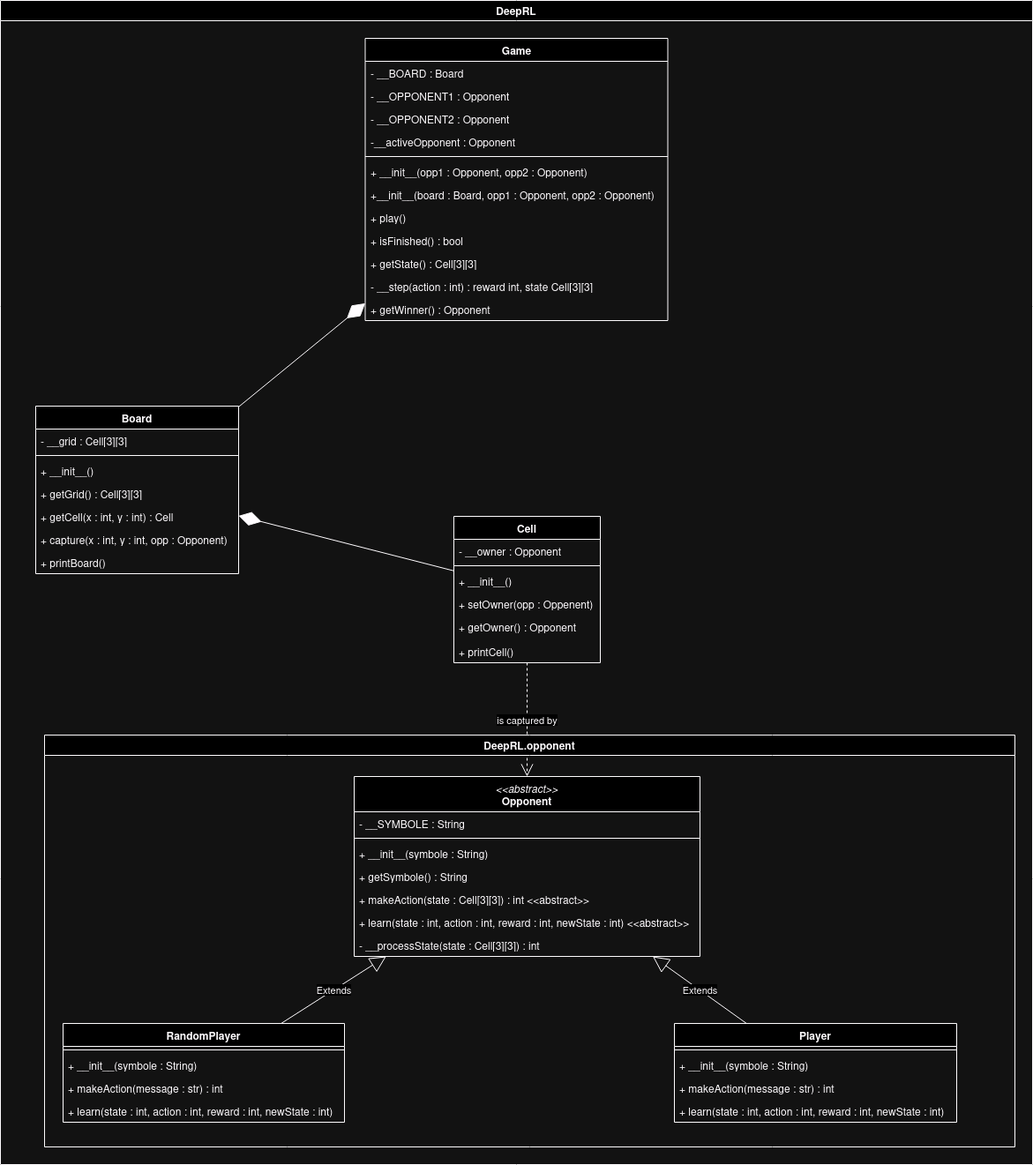
Above: uml/UML.png in Enzo-Claeyssen/Q-Learning_for_Tic_Tac_Toe (draw.io), before the change. Source tidied: cells renumbered, new cells last; positions are measured from the earlier drawing's top-left corner, leaving out a move shared by most shapes.
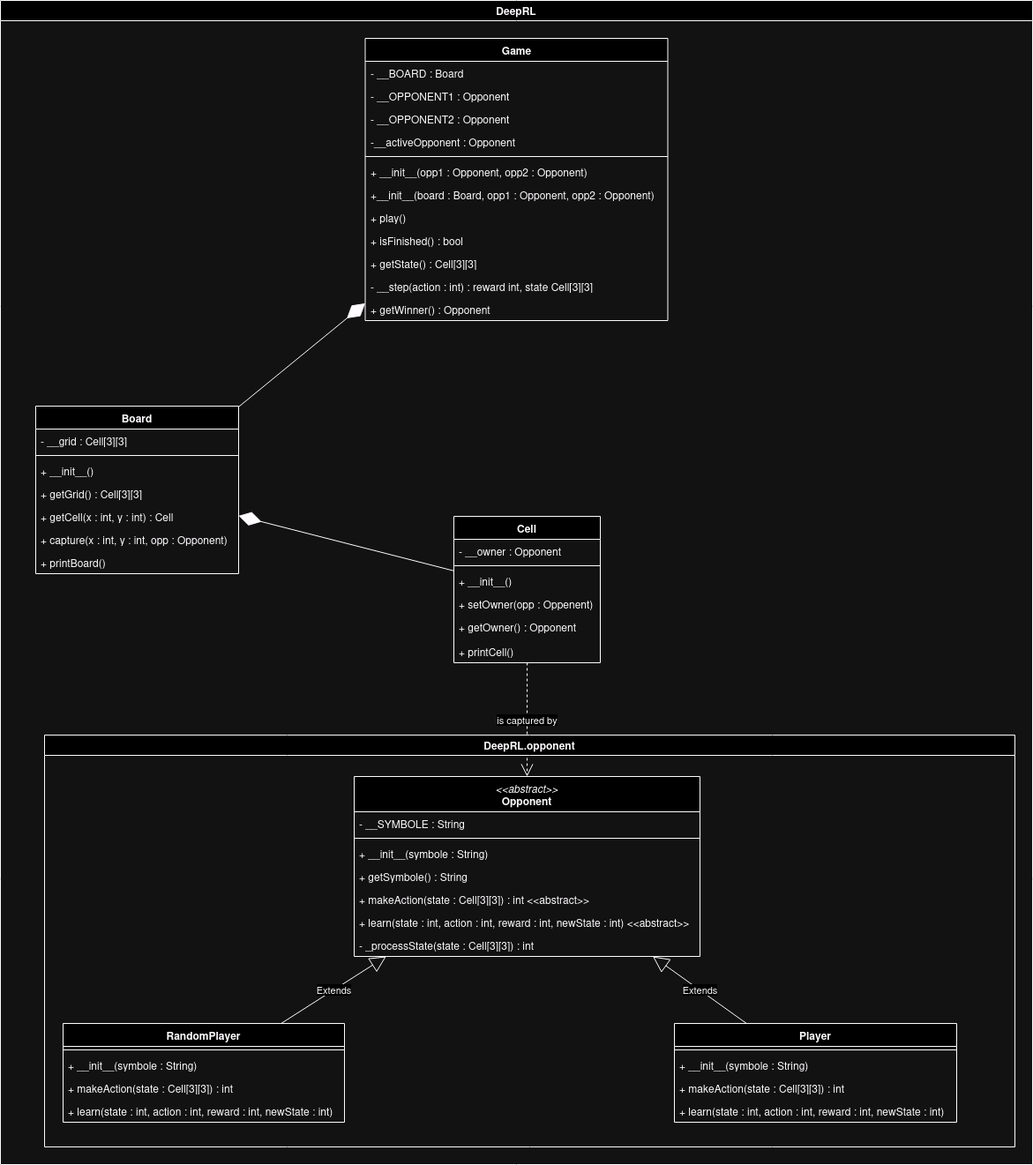
The same diagram one commit later.

The edit, as a diff of the source:
```diff
@@ -110,7 +110,7 @@
     <mxCell id="37" value="+ __init__(symbole : String)" style="text;strokeColor=none;fillColor=none;align=left;verticalAlign=top;spacingLeft=4;spacingRight=4;overflow=hidden;whiteSpace=wrap;html=1;" parent="35" vertex="1">
       <mxGeometry y="34" width="319" height="26" as="geometry" />
     </mxCell>
-    <mxCell id="38" value="+ makeAction(message : str) : int" style="text;strokeColor=none;fillColor=none;align=left;verticalAlign=top;spacingLeft=4;spacingRight=4;overflow=hidden;whiteSpace=wrap;html=1;" parent="35" vertex="1">
+    <mxCell id="38" value="+ makeAction(state : Cell[3][3]) : int" style="text;strokeColor=none;fillColor=none;align=left;verticalAlign=top;spacingLeft=4;spacingRight=4;overflow=hidden;whiteSpace=wrap;html=1;" parent="35" vertex="1">
       <mxGeometry y="60" width="319" height="26" as="geometry" />
     </mxCell>
     <mxCell id="39" value="+ learn(state : int, action : int, reward : int, newState : int)" style="text;strokeColor=none;fillColor=none;align=left;verticalAlign=top;spacingLeft=4;spacingRight=4;overflow=hidden;whiteSpace=wrap;html=1;" parent="35" vertex="1">
@@ -125,7 +125,7 @@
     <mxCell id="42" value="+ __init__(symbole : String)" style="text;strokeColor=none;fillColor=none;align=left;verticalAlign=top;spacingLeft=4;spacingRight=4;overflow=hidden;whiteSpace=wrap;html=1;" parent="40" vertex="1">
       <mxGeometry y="34" width="320" height="26" as="geometry" />
     </mxCell>
-    <mxCell id="43" value="+ makeAction(message : str) : int" style="text;strokeColor=none;fillColor=none;align=left;verticalAlign=top;spacingLeft=4;spacingRight=4;overflow=hidden;whiteSpace=wrap;html=1;" parent="40" vertex="1">
+    <mxCell id="43" value="+ makeAction(state : Cell[3][3]) : int" style="text;strokeColor=none;fillColor=none;align=left;verticalAlign=top;spacingLeft=4;spacingRight=4;overflow=hidden;whiteSpace=wrap;html=1;" parent="40" vertex="1">
       <mxGeometry y="60" width="320" height="26" as="geometry" />
     </mxCell>
     <mxCell id="44" value="+ learn(state : int, action : int, reward : int, newState : int)" style="text;strokeColor=none;fillColor=none;align=left;verticalAlign=top;spacingLeft=4;spacingRight=4;overflow=hidden;whiteSpace=wrap;html=1;" parent="40" vertex="1">
@@ -152,7 +152,7 @@
     <mxCell id="51" value="+ learn(state : int, action : int, reward : int, newState : int) &amp;lt;&amp;lt;abstract&amp;gt;&amp;gt;" style="text;strokeColor=none;fillColor=none;align=left;verticalAlign=top;spacingLeft=4;spacingRight=4;overflow=hidden;whiteSpace=wrap;html=1;" parent="45" vertex="1">
       <mxGeometry y="152" width="392" height="26" as="geometry" />
     </mxCell>
-    <mxCell id="52" value="- __processState(state : Cell[3][3]) : int" style="text;strokeColor=none;fillColor=none;align=left;verticalAlign=top;spacingLeft=4;spacingRight=4;overflow=hidden;whiteSpace=wrap;html=1;" parent="45" vertex="1">
+    <mxCell id="52" value="- _processState(state : Cell[3][3]) : int" style="text;strokeColor=none;fillColor=none;align=left;verticalAlign=top;spacingLeft=4;spacingRight=4;overflow=hidden;whiteSpace=wrap;html=1;" parent="45" vertex="1">
       <mxGeometry y="178" width="392" height="26" as="geometry" />
     </mxCell>
     <mxCell id="53" value="Extends" style="endArrow=block;endSize=16;endFill=0;html=1;rounded=0;" parent="34" edge="1" source="35" target="45">
```
